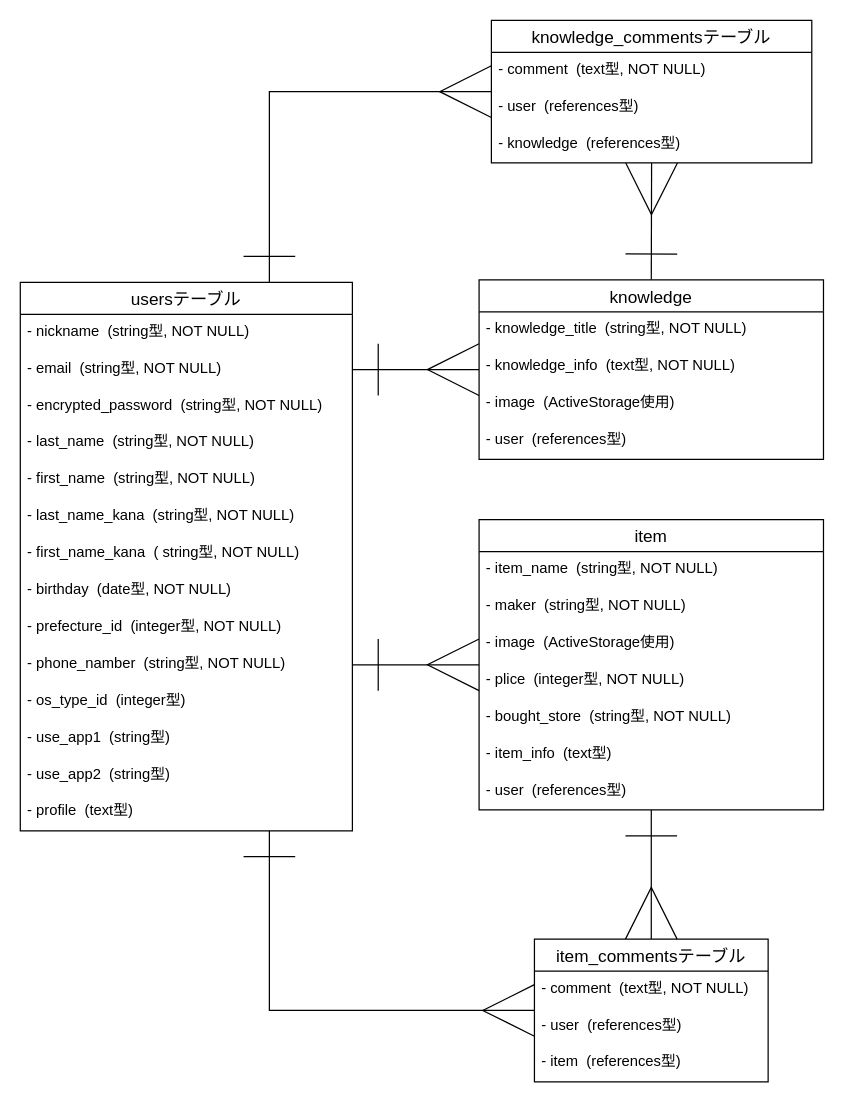
Before: page "ER図" (1 of 2) of ER.dio in sushi1129/side-business-36374, a draw.io diagram. Source tidied: cells renumbered, new cells numbered last; positions are measured from the earlier drawing's top-left corner, leaving out a move shared by most shapes. Both pictures are drawn from the tidied source at 123%, with x=0, y=0 at pixel (20, 20).
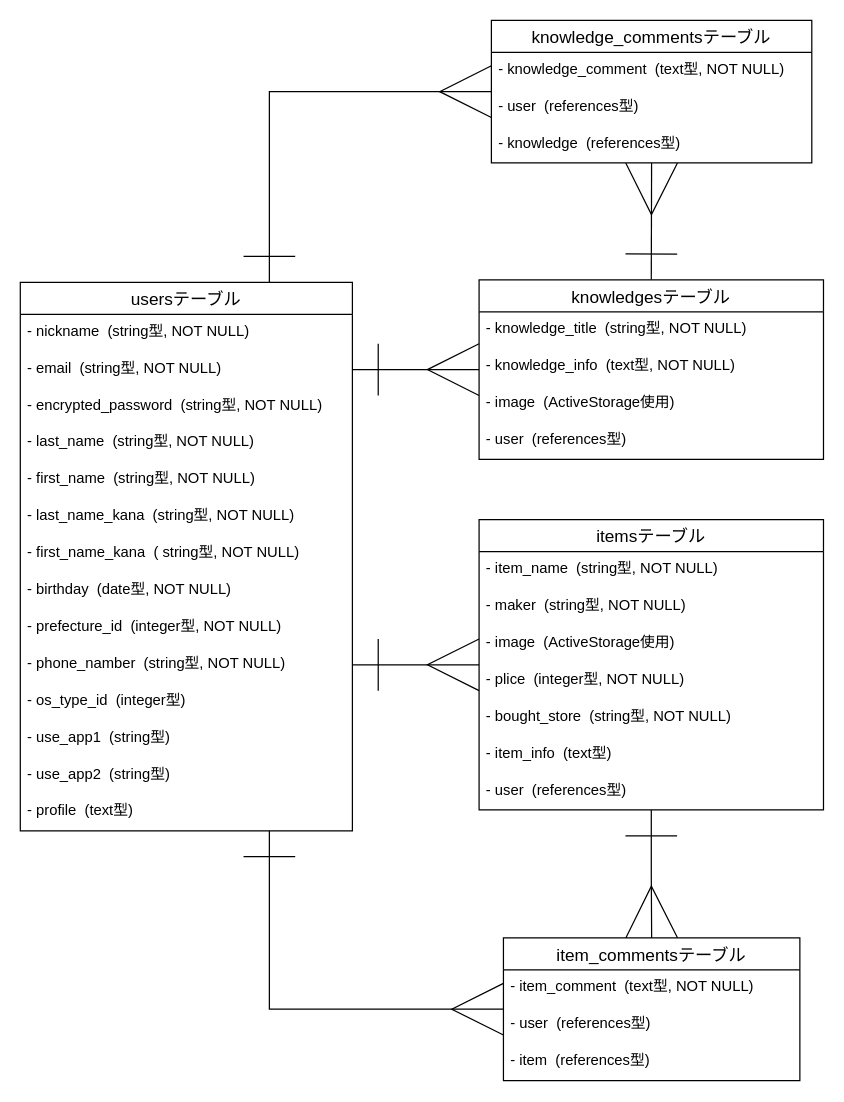
After the change.

Commit message (it also covers changes not shown here):
item_commentモデル作成

Unchanged cells that the change refers to:
```xml
<mxCell id="34" value="knowledge_commentsテーブル" style="swimlane;fontStyle=0;horizontal=1;startSize=26;align=center;fontSize=14;" parent="1" vertex="1">
  <mxGeometry x="383" width="260.5" height="116" as="geometry" />
</mxCell>
```

What changed in the source:
```diff
@@
     <mxCell id="18" value="item_commentsテーブル" style="swimlane;fontStyle=0;horizontal=1;startSize=26;align=center;fontSize=14;" parent="1" vertex="1">
-      <mxGeometry x="418" y="747" width="190" height="116" as="geometry" />
+      <mxGeometry x="392.8" y="746" width="241" height="116" as="geometry" />
     </mxCell>
-    <mxCell id="19" value="- comment  (text型, NOT NULL)" style="text;strokeColor=none;fillColor=none;spacingLeft=4;spacingRight=4;overflow=hidden;fontSize=12;" parent="18" vertex="1">
-      <mxGeometry y="26" width="190" height="30" as="geometry" />
+    <mxCell id="19" value="- item_comment  (text型, NOT NULL)" style="text;strokeColor=none;fillColor=none;spacingLeft=4;spacingRight=4;overflow=hidden;fontSize=12;" parent="18" vertex="1">
+      <mxGeometry y="26" width="241" height="30" as="geometry" />
     </mxCell>
     <mxCell id="20" value="- user  (references型)" style="text;strokeColor=none;fillColor=none;spacingLeft=4;spacingRight=4;overflow=hidden;fontSize=12;" parent="18" vertex="1">
-      <mxGeometry y="56" width="190" height="30" as="geometry" />
+      <mxGeometry y="56" width="241" height="30" as="geometry" />
     </mxCell>
     <mxCell id="21" value="- item  (references型)" style="text;strokeColor=none;fillColor=none;spacingLeft=4;spacingRight=4;overflow=hidden;fontSize=12;" parent="18" vertex="1">
-      <mxGeometry y="86" width="190" height="30" as="geometry" />
+      <mxGeometry y="86" width="241" height="30" as="geometry" />
     </mxCell>
@@
-    <mxCell id="25" value="item" style="swimlane;fontStyle=0;horizontal=1;startSize=26;align=center;fontSize=14;" parent="1" vertex="1">
+    <mxCell id="25" value="itemsテーブル" style="swimlane;fontStyle=0;horizontal=1;startSize=26;align=center;fontSize=14;" parent="1" vertex="1">
       <mxGeometry x="373" y="406" width="280" height="236" as="geometry" />
     </mxCell>
@@
-    <mxCell id="35" value="- comment  (text型, NOT NULL)" style="text;strokeColor=none;fillColor=none;spacingLeft=4;spacingRight=4;overflow=hidden;fontSize=12;" parent="34" vertex="1">
+    <mxCell id="35" value="- knowledge_comment  (text型, NOT NULL)" style="text;strokeColor=none;fillColor=none;spacingLeft=4;spacingRight=4;overflow=hidden;fontSize=12;" parent="34" vertex="1">
       <mxGeometry y="26" width="260.5" height="30" as="geometry" />
     </mxCell>
@@
-    <mxCell id="39" value="knowledge" style="swimlane;fontStyle=0;horizontal=1;startSize=26;align=center;fontSize=14;" parent="1" vertex="1">
+    <mxCell id="39" value="knowledgesテーブル" style="swimlane;fontStyle=0;horizontal=1;startSize=26;align=center;fontSize=14;" parent="1" vertex="1">
       <mxGeometry x="373" y="211" width="280" height="146" as="geometry" />
     </mxCell>
```
